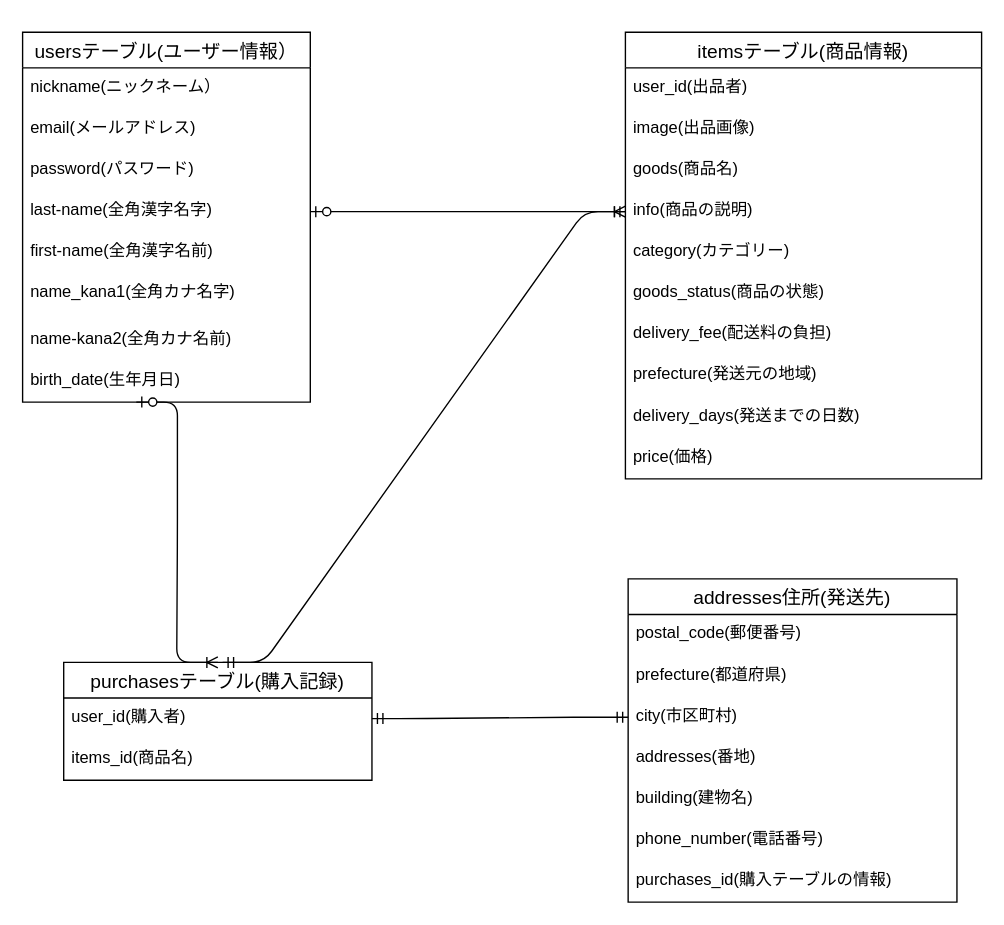
Earlier version of the draw.io diagram furima_er.dio (nishikawa-naonori/furima-33453). Source tidied: cells renumbered, new cells numbered last; positions are measured from the earlier drawing's top-left corner, leaving out a move shared by most shapes. Both pictures are drawn from the tidied source at 137%, with x=0, y=0 at pixel (22, 32).
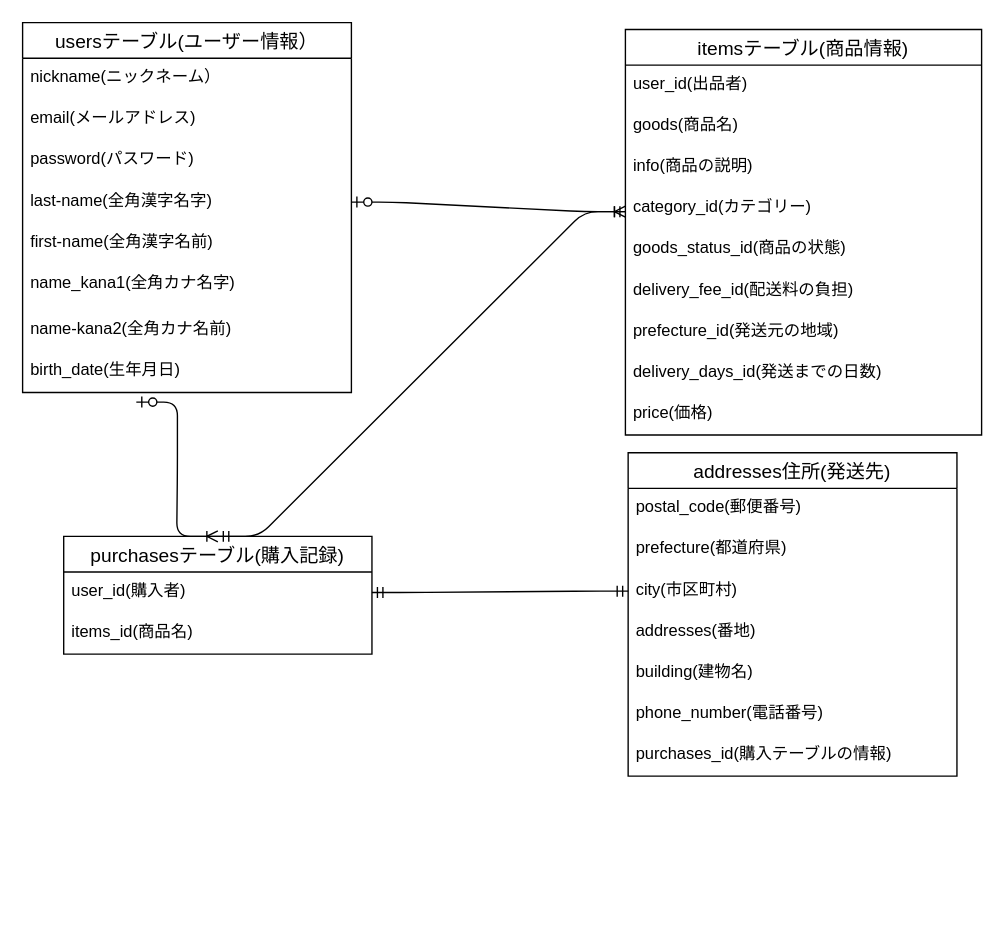
After the change.

Commit message (it also covers changes not shown here):
データベース設計・指摘取込１

What changed in the source:
```diff
@@
     <mxCell id="2" value="usersテーブル(ユーザー情報）" style="swimlane;fontStyle=0;horizontal=1;startSize=26;align=center;fontSize=14;" parent="1" vertex="1">
-      <mxGeometry width="210" height="270" as="geometry" />
+      <mxGeometry y="-7" width="240" height="270" as="geometry" />
     </mxCell>
     <mxCell id="3" value="nickname(ニックネーム）" style="text;strokeColor=none;fillColor=none;spacingLeft=4;spacingRight=4;overflow=hidden;fontSize=12;" parent="2" vertex="1">
-      <mxGeometry y="26" width="210" height="30" as="geometry" />
+      <mxGeometry y="26" width="240" height="30" as="geometry" />
     </mxCell>
     <mxCell id="4" value="email(メールアドレス)" style="text;strokeColor=none;fillColor=none;spacingLeft=4;spacingRight=4;overflow=hidden;fontSize=12;" parent="2" vertex="1">
-      <mxGeometry y="56" width="210" height="30" as="geometry" />
+      <mxGeometry y="56" width="240" height="30" as="geometry" />
     </mxCell>
     <mxCell id="5" value="password(パスワード)" style="text;strokeColor=none;fillColor=none;spacingLeft=4;spacingRight=4;overflow=hidden;fontSize=12;" parent="2" vertex="1">
-      <mxGeometry y="86" width="210" height="30" as="geometry" />
+      <mxGeometry y="86" width="240" height="30" as="geometry" />
     </mxCell>
     <mxCell id="6" value="last-name(全角漢字名字)" style="text;strokeColor=none;fillColor=none;spacingLeft=4;spacingRight=4;overflow=hidden;points=[[0,0.5],[1,0.5]];portConstraint=eastwest;fontSize=12;" parent="2" vertex="1">
-      <mxGeometry y="116" width="210" height="30" as="geometry" />
+      <mxGeometry y="116" width="240" height="30" as="geometry" />
     </mxCell>
     <mxCell id="7" value="first-name(全角漢字名前)" style="text;strokeColor=none;fillColor=none;spacingLeft=4;spacingRight=4;overflow=hidden;fontSize=12;" parent="2" vertex="1">
-      <mxGeometry y="146" width="210" height="30" as="geometry" />
+      <mxGeometry y="146" width="240" height="30" as="geometry" />
     </mxCell>
     <mxCell id="8" value="name_kana1(全角カナ名字)" style="text;strokeColor=none;fillColor=none;spacingLeft=4;spacingRight=4;overflow=hidden;fontSize=12;" parent="2" vertex="1">
-      <mxGeometry y="176" width="210" height="34" as="geometry" />
+      <mxGeometry y="176" width="240" height="34" as="geometry" />
     </mxCell>
     <mxCell id="9" value="name-kana2(全角カナ名前) " style="text;strokeColor=none;fillColor=none;spacingLeft=4;spacingRight=4;overflow=hidden;fontSize=12;" parent="2" vertex="1">
-      <mxGeometry y="210" width="210" height="30" as="geometry" />
+      <mxGeometry y="210" width="240" height="30" as="geometry" />
     </mxCell>
     <mxCell id="10" value="birth_date(生年月日)" style="text;strokeColor=none;fillColor=none;spacingLeft=4;spacingRight=4;overflow=hidden;fontSize=12;" parent="2" vertex="1">
-      <mxGeometry y="240" width="210" height="30" as="geometry" />
+      <mxGeometry y="240" width="240" height="30" as="geometry" />
     </mxCell>
     <mxCell id="11" value="purchasesテーブル(購入記録)" style="swimlane;fontStyle=0;horizontal=1;startSize=26;align=center;fontSize=14;" parent="1" vertex="1">
-      <mxGeometry x="30" y="460" width="225" height="86" as="geometry" />
+      <mxGeometry x="30" y="368" width="225" height="86" as="geometry" />
     </mxCell>
@@
     <mxCell id="14" value="itemsテーブル(商品情報)" style="swimlane;fontStyle=0;horizontal=1;startSize=26;align=center;fontSize=14;" parent="1" vertex="1">
-      <mxGeometry x="440" width="260" height="326" as="geometry" />
+      <mxGeometry x="440" y="-2" width="260" height="296" as="geometry" />
     </mxCell>
@@
-    <mxCell id="16" value="image(出品画像)" style="text;strokeColor=none;fillColor=none;spacingLeft=4;spacingRight=4;overflow=hidden;fontSize=12;" parent="14" vertex="1">
-      <mxGeometry y="56" width="260" height="30" as="geometry" />
-    </mxCell>
     <mxCell id="17" value="goods(商品名)" style="text;strokeColor=none;fillColor=none;spacingLeft=4;spacingRight=4;overflow=hidden;fontSize=12;" parent="14" vertex="1">
-      <mxGeometry y="86" width="260" height="30" as="geometry" />
+      <mxGeometry y="56" width="260" height="30" as="geometry" />
     </mxCell>
     <mxCell id="18" value="info(商品の説明)" style="text;strokeColor=none;fillColor=none;spacingLeft=4;spacingRight=4;overflow=hidden;points=[[0,0.5],[1,0.5]];portConstraint=eastwest;fontSize=12;" parent="14" vertex="1">
-      <mxGeometry y="116" width="260" height="30" as="geometry" />
+      <mxGeometry y="86" width="260" height="30" as="geometry" />
     </mxCell>
-    <mxCell id="19" value="category(カテゴリー)" style="text;strokeColor=none;fillColor=none;spacingLeft=4;spacingRight=4;overflow=hidden;fontSize=12;" parent="14" vertex="1">
-      <mxGeometry y="146" width="260" height="30" as="geometry" />
+    <mxCell id="19" value="category_id(カテゴリー)" style="text;strokeColor=none;fillColor=none;spacingLeft=4;spacingRight=4;overflow=hidden;fontSize=12;" parent="14" vertex="1">
+      <mxGeometry y="116" width="260" height="30" as="geometry" />
     </mxCell>
-    <mxCell id="20" value="goods_status(商品の状態)" style="text;strokeColor=none;fillColor=none;spacingLeft=4;spacingRight=4;overflow=hidden;fontSize=12;" parent="14" vertex="1">
-      <mxGeometry y="176" width="260" height="30" as="geometry" />
+    <mxCell id="20" value="goods_status_id(商品の状態)" style="text;strokeColor=none;fillColor=none;spacingLeft=4;spacingRight=4;overflow=hidden;fontSize=12;" parent="14" vertex="1">
+      <mxGeometry y="146" width="260" height="30" as="geometry" />
     </mxCell>
-    <mxCell id="21" value="delivery_fee(配送料の負担)" style="text;strokeColor=none;fillColor=none;spacingLeft=4;spacingRight=4;overflow=hidden;fontSize=12;" parent="14" vertex="1">
-      <mxGeometry y="206" width="260" height="30" as="geometry" />
+    <mxCell id="21" value="delivery_fee_id(配送料の負担)" style="text;strokeColor=none;fillColor=none;spacingLeft=4;spacingRight=4;overflow=hidden;fontSize=12;" parent="14" vertex="1">
+      <mxGeometry y="176" width="260" height="30" as="geometry" />
     </mxCell>
-    <mxCell id="22" value="prefecture(発送元の地域)" style="text;strokeColor=none;fillColor=none;spacingLeft=4;spacingRight=4;overflow=hidden;fontSize=12;" parent="14" vertex="1">
-      <mxGeometry y="236" width="260" height="30" as="geometry" />
+    <mxCell id="22" value="prefecture_id(発送元の地域)" style="text;strokeColor=none;fillColor=none;spacingLeft=4;spacingRight=4;overflow=hidden;fontSize=12;" parent="14" vertex="1">
+      <mxGeometry y="206" width="260" height="30" as="geometry" />
     </mxCell>
-    <mxCell id="23" value="delivery_days(発送までの日数)" style="text;strokeColor=none;fillColor=none;spacingLeft=4;spacingRight=4;overflow=hidden;fontSize=12;" parent="14" vertex="1">
-      <mxGeometry y="266" width="260" height="30" as="geometry" />
+    <mxCell id="23" value="delivery_days_id(発送までの日数)" style="text;strokeColor=none;fillColor=none;spacingLeft=4;spacingRight=4;overflow=hidden;fontSize=12;" parent="14" vertex="1">
+      <mxGeometry y="236" width="260" height="30" as="geometry" />
     </mxCell>
     <mxCell id="24" value="price(価格)" style="text;strokeColor=none;fillColor=none;spacingLeft=4;spacingRight=4;overflow=hidden;fontSize=12;" parent="14" vertex="1">
-      <mxGeometry y="296" width="260" height="30" as="geometry" />
+      <mxGeometry y="266" width="260" height="30" as="geometry" />
     </mxCell>
-    <mxCell id="25" style="edgeStyle=entityRelationEdgeStyle;fontSize=12;html=1;endArrow=ERoneToMany;startArrow=ERzeroToOne;entryX=0;entryY=0.5;entryDx=0;entryDy=0;exitX=1;exitY=0.5;exitDx=0;exitDy=0;" parent="1" edge="1" source="6" target="18">
-      <mxGeometry relative="1" as="geometry" />
+    <mxCell id="25" style="edgeStyle=entityRelationEdgeStyle;fontSize=12;html=1;endArrow=ERoneToMany;startArrow=ERzeroToOne;exitX=1;exitY=0.5;exitDx=0;exitDy=0;" parent="1" edge="1" source="6">
+      <mxGeometry relative="1" as="geometry">
+        <mxPoint x="440" y="131" as="targetPoint" />
+      </mxGeometry>
     </mxCell>
@@
     <mxCell id="28" value="addresses住所(発送先)" style="swimlane;fontStyle=0;horizontal=1;startSize=26;align=center;fontSize=14;" parent="1" vertex="1">
-      <mxGeometry x="442" y="399" width="240" height="236" as="geometry" />
+      <mxGeometry x="442" y="307" width="240" height="236" as="geometry" />
     </mxCell>
@@
-    <mxCell id="36" style="edgeStyle=entityRelationEdgeStyle;fontSize=12;html=1;endArrow=ERmandOne;startArrow=ERmandOne;" parent="1" edge="1">
+    <mxCell id="36" style="edgeStyle=entityRelationEdgeStyle;fontSize=12;html=1;endArrow=ERmandOne;startArrow=ERmandOne;exitX=0.5;exitY=0;exitDx=0;exitDy=0;" parent="1" edge="1" source="11">
       <mxGeometry relative="1" as="geometry">
-        <mxPoint x="146" y="460" as="sourcePoint" />
         <mxPoint x="440" y="131" as="targetPoint" />
       </mxGeometry>
     </mxCell>
```
